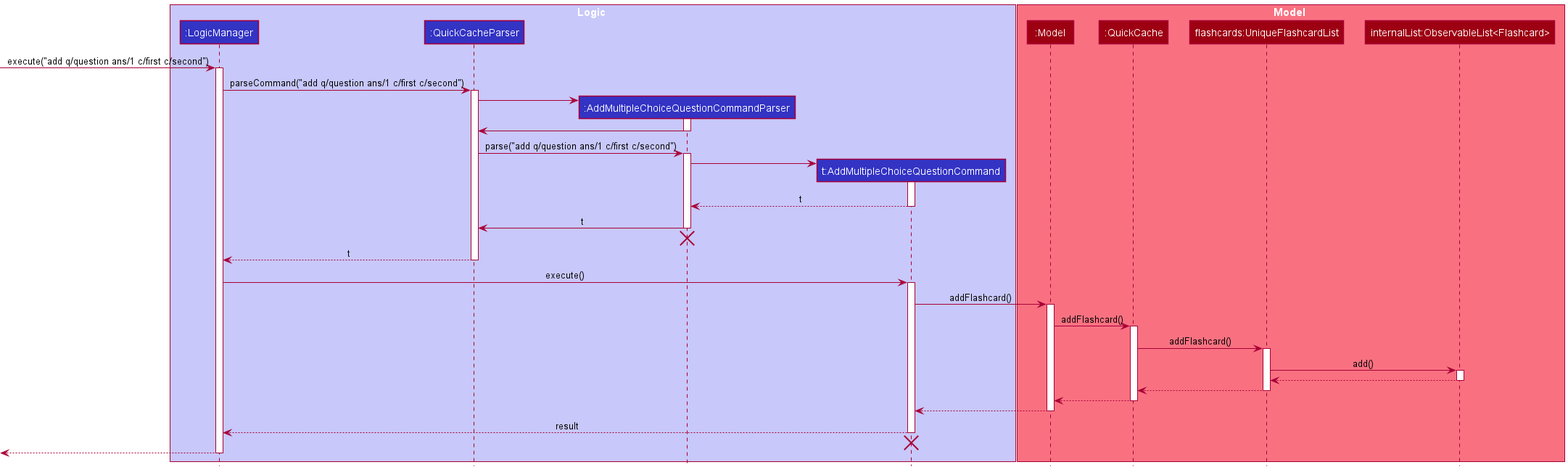
Above: docs/images/AddMcqSequenceDiagram.png in nus-cs2103-AY2021S1/tp (PlantUML), before the change.
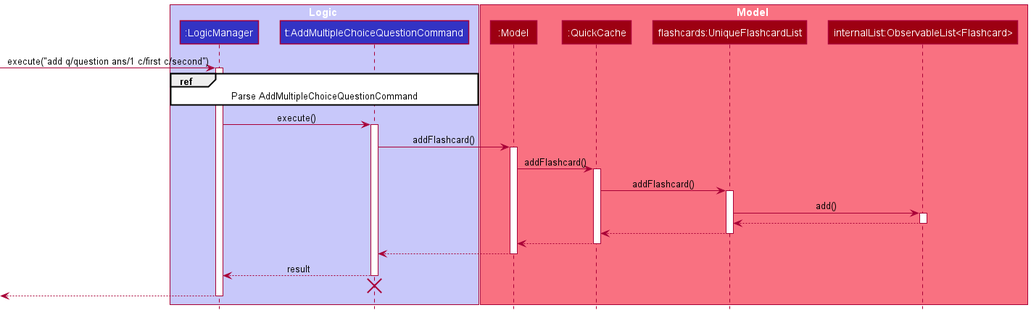
After the commit.

Change to the diagram source:
```diff
@@ -3,8 +3,6 @@
 
 box Logic LOGIC_COLOR_T1
 participant ":LogicManager" as LogicManager LOGIC_COLOR
-participant ":QuickCacheParser" as QuickCacheParser LOGIC_COLOR
-participant ":AddMultipleChoiceQuestionCommandParser" as AddMultipleChoiceQuestionCommandParser LOGIC_COLOR
 participant "t:AddMultipleChoiceQuestionCommand" as AddMultipleChoiceQuestionCommand LOGIC_COLOR
 end box
 
@@ -17,34 +15,7 @@
 [-> LogicManager : execute("add q/question ans/1 c/first c/second")
 activate LogicManager
 
-LogicManager -> QuickCacheParser : parseCommand("add q/question ans/1 c/first c/second")
-activate QuickCacheParser
-
-create AddMultipleChoiceQuestionCommandParser
-QuickCacheParser -> AddMultipleChoiceQuestionCommandParser
-activate AddMultipleChoiceQuestionCommandParser
-
-AddMultipleChoiceQuestionCommandParser -> QuickCacheParser
-deactivate AddMultipleChoiceQuestionCommandParser
-
-QuickCacheParser -> AddMultipleChoiceQuestionCommandParser : parse("add q/question ans/1 c/first c/second")
-activate AddMultipleChoiceQuestionCommandParser
-
-create AddMultipleChoiceQuestionCommand
-AddMultipleChoiceQuestionCommandParser -> AddMultipleChoiceQuestionCommand
-activate AddMultipleChoiceQuestionCommand
-
-AddMultipleChoiceQuestionCommand --> AddMultipleChoiceQuestionCommandParser : t
-deactivate AddMultipleChoiceQuestionCommand
-
-AddMultipleChoiceQuestionCommandParser -> QuickCacheParser : t
-deactivate AddMultipleChoiceQuestionCommandParser
-
-AddMultipleChoiceQuestionCommandParser -[hidden]-> QuickCacheParser
-destroy AddMultipleChoiceQuestionCommandParser
-
-QuickCacheParser --> LogicManager : t
-deactivate QuickCacheParser
+ref over LogicManager, AddMultipleChoiceQuestionCommand : Parse AddMultipleChoiceQuestionCommand
 
 LogicManager -> AddMultipleChoiceQuestionCommand : execute()
 activate AddMultipleChoiceQuestionCommand
```
